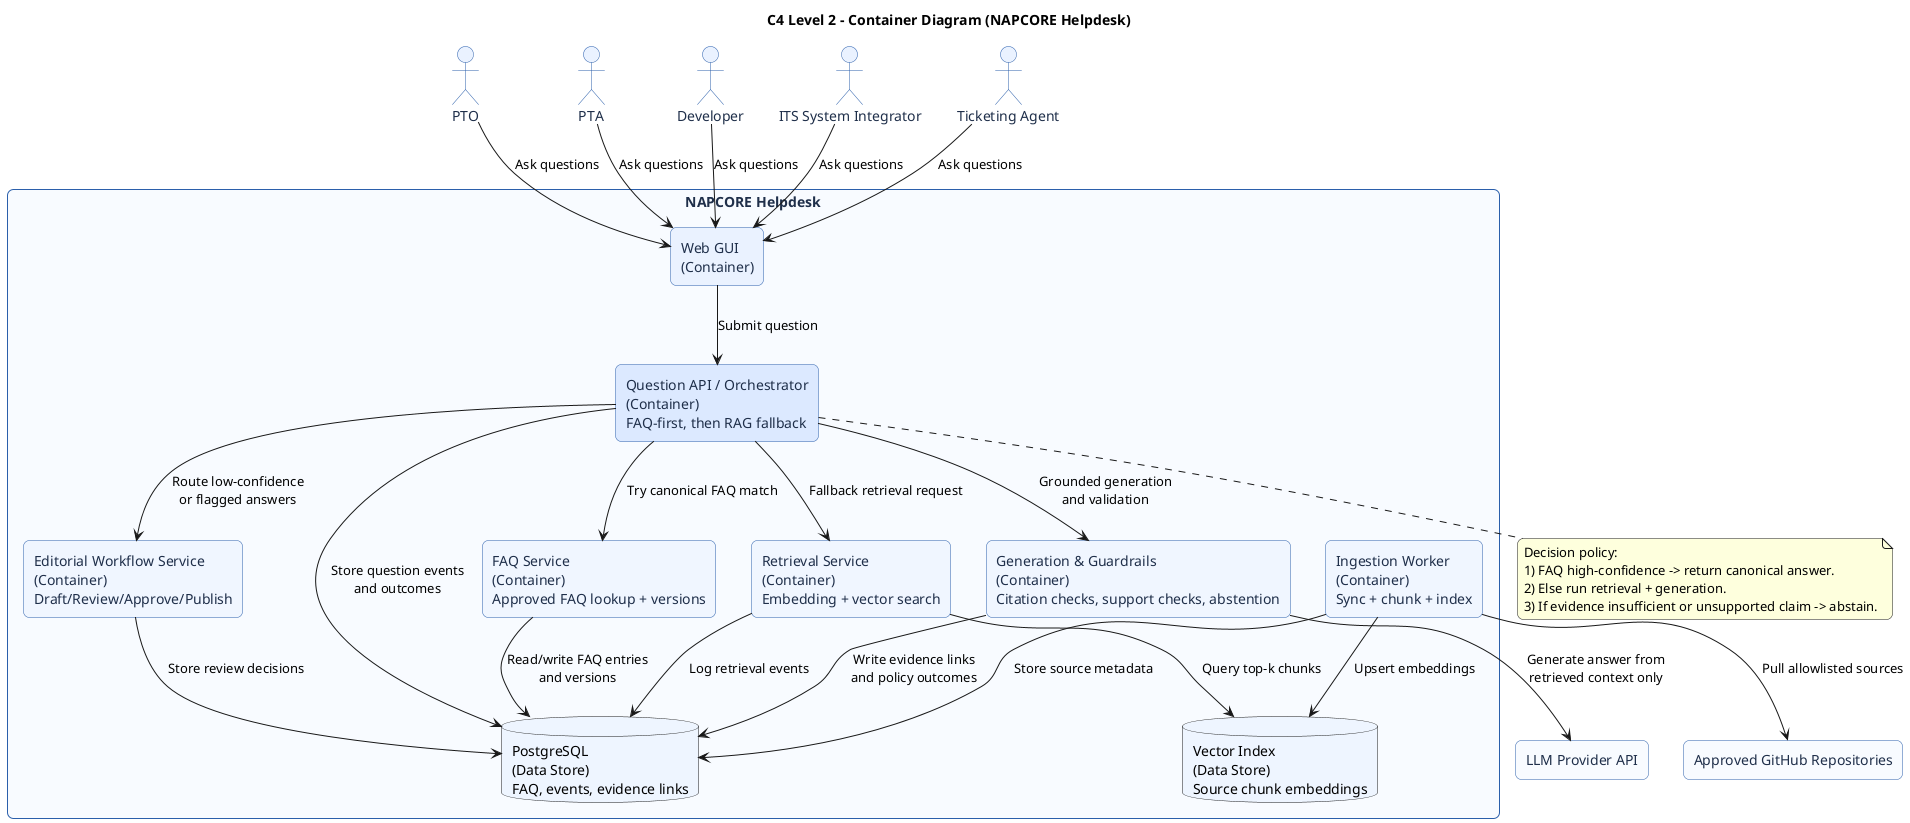
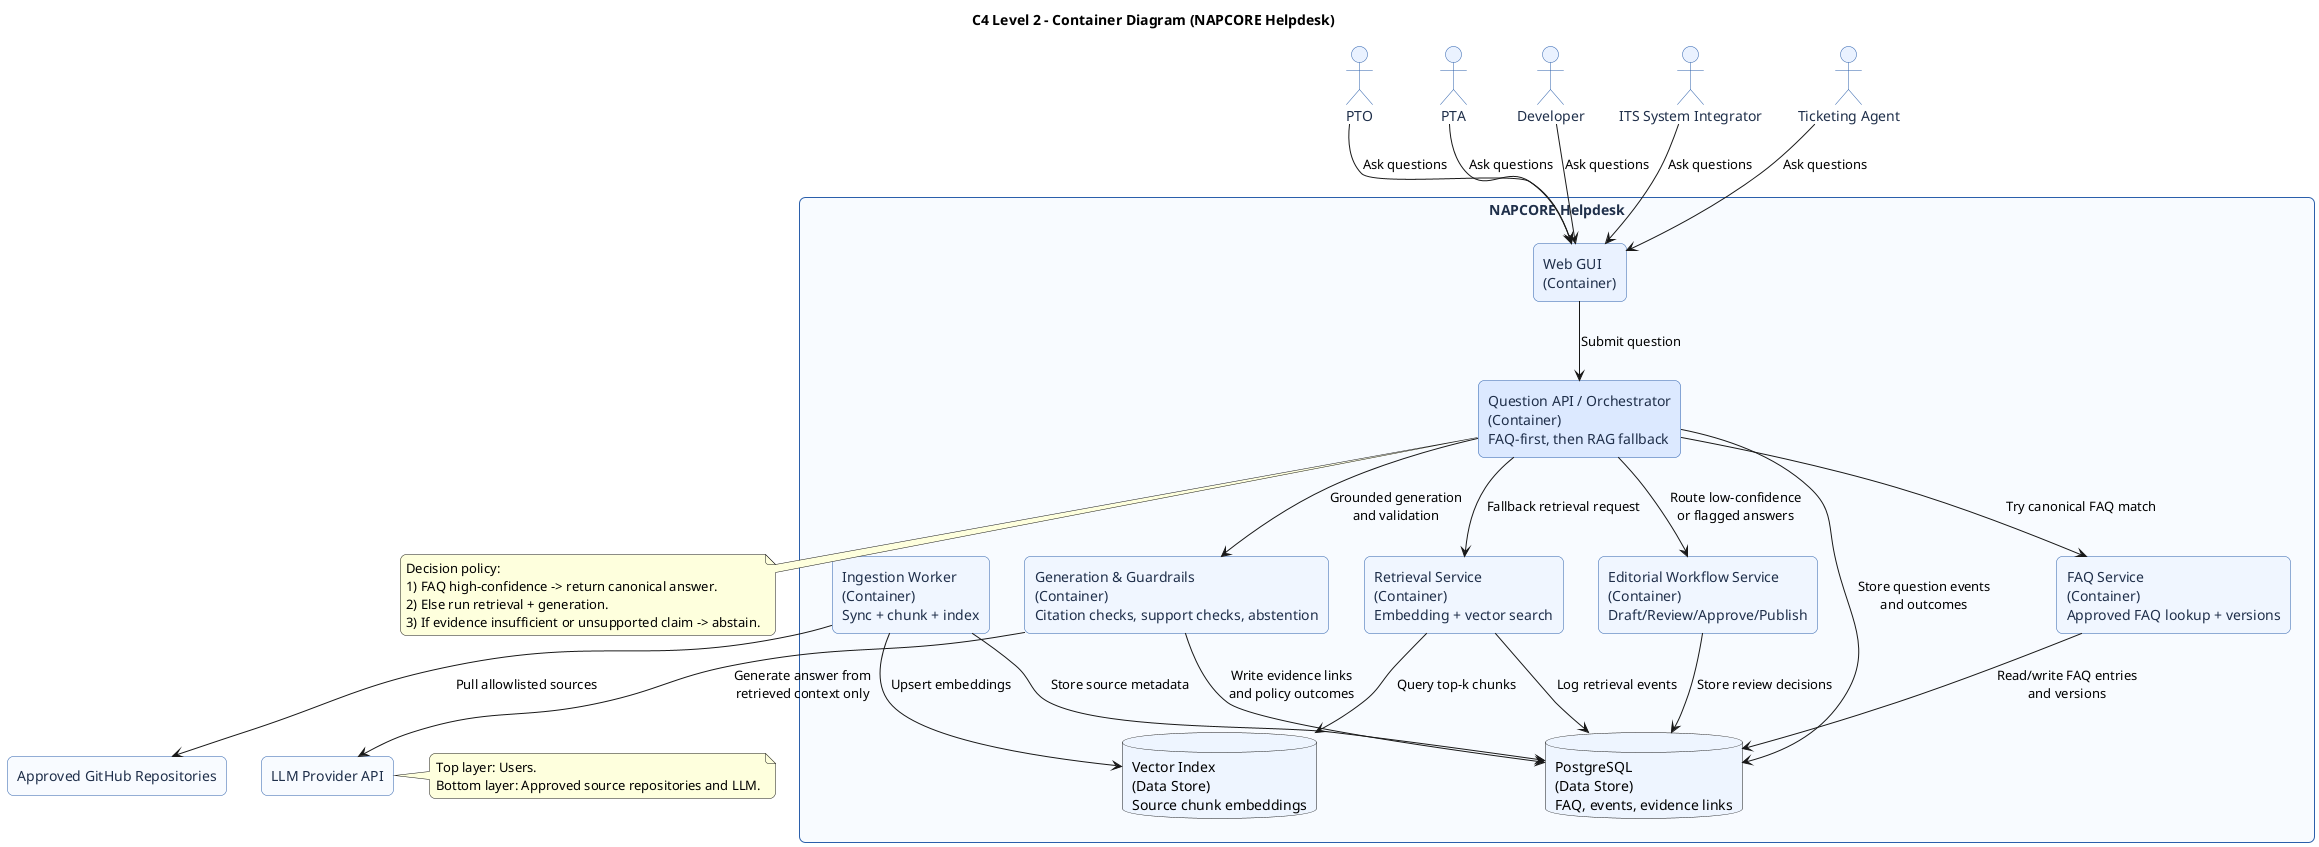
@startuml
title C4 Level 2 - Container Diagram (NAPCORE Helpdesk)

skinparam shadowing false
skinparam roundcorner 12
skinparam rectangle {
  BorderColor #2B5FAB
  FontColor #1F2F4A
  BackgroundColor #F8FBFF
}
skinparam actor {
  BorderColor #2B5FAB
  FontColor #1F2F4A
  BackgroundColor #EAF2FF
}

actor "PTO" as PTO
actor "PTA" as PTA
actor "Developer" as DEV
actor "ITS System Integrator" as INTEGRATOR
actor "Ticketing Agent" as TICKET

rectangle "NAPCORE Helpdesk" as SYSTEM {
  rectangle "Web GUI\n(Container)" as GUI #EAF2FF
  rectangle "Question API / Orchestrator\n(Container)\nFAQ-first, then RAG fallback" as API #DCE9FF
  rectangle "FAQ Service\n(Container)\nApproved FAQ lookup + versions" as FAQ #F0F6FF
  rectangle "Retrieval Service\n(Container)\nEmbedding + vector search" as RETRIEVAL #F0F6FF
  rectangle "Generation & Guardrails\n(Container)\nCitation checks, support checks, abstention" as GUARDRAILS #F0F6FF
  rectangle "Editorial Workflow Service\n(Container)\nDraft/Review/Approve/Publish" as EDITORIAL #F0F6FF
  database "PostgreSQL\n(Data Store)\nFAQ, events, evidence links" as PG #EEF5FF
  database "Vector Index\n(Data Store)\nSource chunk embeddings" as VDB #EEF5FF
  rectangle "Ingestion Worker\n(Container)\nSync + chunk + index" as INGEST #F0F6FF
}

rectangle "Approved GitHub Repositories" as GITHUB
rectangle "LLM Provider API" as LLM

PTO --> GUI : Ask questions
PTA --> GUI : Ask questions
DEV --> GUI : Ask questions
INTEGRATOR --> GUI : Ask questions
TICKET --> GUI : Ask questions

+ ' Top layer: actors arranged horizontally
+ PTO -[hidden]right-> PTA
+ PTA -[hidden]right-> DEV
+ DEV -[hidden]right-> INTEGRATOR
+ INTEGRATOR -[hidden]right-> TICKET
+ 
+ ' Bottom layer: external systems below SYSTEM
+ SYSTEM -[hidden]down-> GITHUB
+ GITHUB -[hidden]right-> LLM
+ 
GUI --> API : Submit question
API --> FAQ : Try canonical FAQ match
API --> RETRIEVAL : Fallback retrieval request
API --> GUARDRAILS : Grounded generation\nand validation
API --> EDITORIAL : Route low-confidence\nor flagged answers
API --> PG : Store question events\nand outcomes

FAQ --> PG : Read/write FAQ entries\nand versions
RETRIEVAL --> VDB : Query top-k chunks
RETRIEVAL --> PG : Log retrieval events
GUARDRAILS --> LLM : Generate answer from\nretrieved context only
GUARDRAILS --> PG : Write evidence links\nand policy outcomes
EDITORIAL --> PG : Store review decisions
INGEST --> GITHUB : Pull allowlisted sources
INGEST --> VDB : Upsert embeddings
INGEST --> PG : Store source metadata

note bottom of API
Decision policy:
1) FAQ high-confidence -> return canonical answer.
2) Else run retrieval + generation.
3) If evidence insufficient or unsupported claim -> abstain.
end note

+ note right of LLM
+ Top layer: Users.
+ Bottom layer: Approved source repositories and LLM.
+ end note
+ 
@enduml
